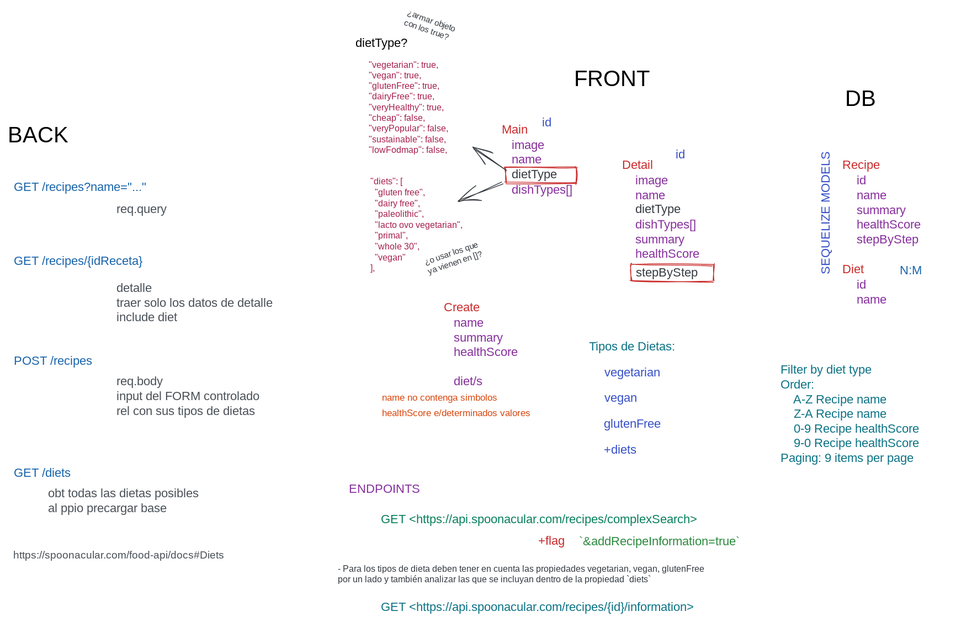
Earlier version of the Excalidraw export schema.excalidraw.svg (jdcm182/PI-Food-J). Source tidied: one line per element, renumbered; positions are measured from the earlier drawing's top-left corner, leaving out a move shared by most shapes.
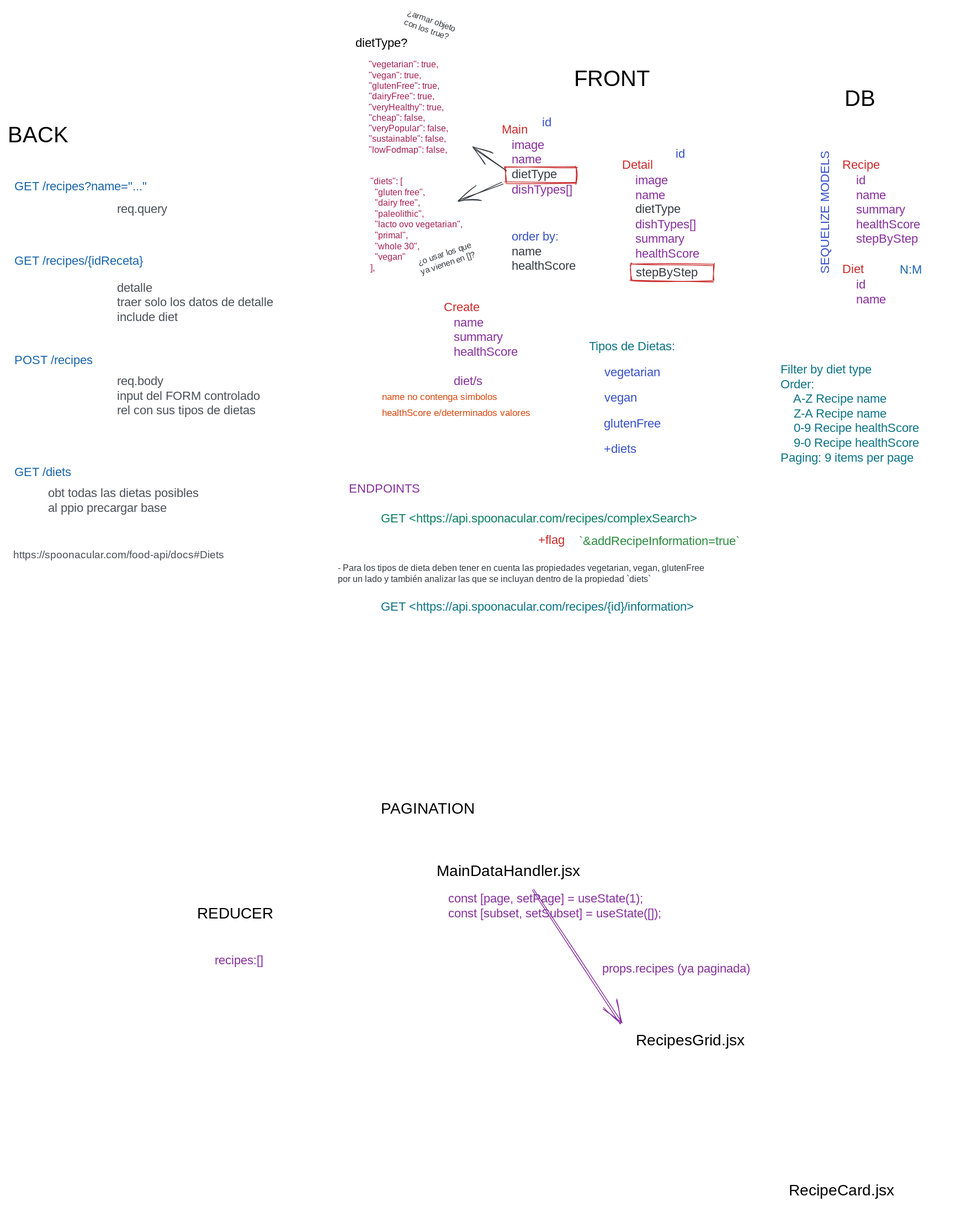
Later version of the same file.

The edit, as a diff of the source:
```diff
@@ -40,14 +40,26 @@
 {"id": 39, "type": "text", "text": "\"vegetarian\": true,\n\"vegan\": true,\n\"glutenFree\": true,\n\"dairyFree\": true,\n\"veryHealthy\": true,\n\"cheap\": false,\n\"veryPopular\": false,\n\"sustainable\": false,\n\"lowFodmap\": false,", "strokeColor": "#a61e4d", "strokeWidth": 1, "roughness": 1, "fontSize": 11.6, "fontFamily": 3, "x": 467, "y": 54, "width": 143, "height": 124}
 {"id": 40, "type": "text", "text": "\"diets\": [\n  \"gluten free\",\n  \"dairy free\",\n  \"paleolithic\",\n  \"lacto ovo vegetarian\",\n  \"primal\",\n  \"whole 30\",\n  \"vegan\"\n],", "strokeColor": "#a61e4d", "strokeWidth": 1, "roughness": 1, "fontSize": 11.6, "fontFamily": 3, "x": 469, "y": 205, "width": 170, "height": 126}
 {"id": 41, "type": "text", "text": "dietType?", "strokeColor": "#000000", "strokeWidth": 1, "roughness": 1, "fontSize": 16, "fontFamily": 3, "x": 450, "y": 23, "width": 85, "height": 19}
-{"id": 42, "type": "text", "text": "dietType", "strokeColor": "#343a40", "strokeWidth": 1, "roughness": 1, "fontSize": 16, "fontFamily": 3, "x": 652, "y": 193, "width": 76, "height": 19}
+{"id": 53, "type": "text", "text": "dietType", "strokeColor": "#343a40", "strokeWidth": 1, "roughness": 1, "fontSize": 16, "fontFamily": 3, "x": 652, "y": 193, "width": 76, "height": 19}
 {"id": 43, "type": "text", "text": "stepByStep", "strokeColor": "#343a40", "strokeWidth": 1, "roughness": 1, "fontSize": 16, "fontFamily": 3, "x": 813, "y": 320, "width": 95, "height": 19}
 {"id": 44, "type": "rectangle", "strokeColor": "#c92a2a", "strokeWidth": 1, "roughness": 1, "x": 806, "y": 319, "width": 107, "height": 22}
 {"id": 45, "type": "text", "text": "dietType", "strokeColor": "#343a40", "strokeWidth": 1, "roughness": 1, "fontSize": 16, "fontFamily": 3, "x": 812, "y": 238, "width": 76, "height": 19}
-{"id": 46, "type": "arrow", "strokeColor": "#343a40", "strokeWidth": 1, "roughness": 1, "endArrowhead": "arrow", "from": 42, "x": 640, "y": 213, "width": 56, "height": 24, "points": [[0, 0], [-56, 24]]}
+{"id": 46, "type": "arrow", "strokeColor": "#343a40", "strokeWidth": 1, "roughness": 1, "endArrowhead": "arrow", "from": 53, "x": 640, "y": 214, "width": 56, "height": 23, "points": [[0, 0], [-56, 23]]}
-{"id": 47, "type": "arrow", "strokeColor": "#343a40", "strokeWidth": 1, "roughness": 1, "endArrowhead": "arrow", "from": 42, "x": 645, "y": 197, "width": 43, "height": 28, "points": [[0, 0], [-43, -28]]}
+{"id": 47, "type": "arrow", "strokeColor": "#343a40", "strokeWidth": 1, "roughness": 1, "endArrowhead": "arrow", "from": 53, "x": 645, "y": 198, "width": 43, "height": 29, "points": [[0, 0], [-43, -29]]}
 {"id": 48, "type": "text", "text": "¿armar objeto\ncon los true?", "strokeColor": "#343a40", "angle": 0.34, "strokeWidth": 1, "roughness": 1, "fontSize": 10.81, "fontFamily": 3, "x": 513, "y": 0, "width": 83, "height": 26}
-{"id": 49, "type": "text", "text": "¿o usar los que\nya vienen en []?", "strokeColor": "#343a40", "angle": 5.96, "strokeWidth": 1, "roughness": 1, "fontSize": 10.81, "fontFamily": 3, "x": 539, "y": 293, "width": 102, "height": 26}
+{"id": 49, "type": "text", "text": "¿o usar los que\nya vienen en []?", "strokeColor": "#343a40", "angle": 5.96, "strokeWidth": 1, "roughness": 1, "fontSize": 10.81, "fontFamily": 3, "x": 530, "y": 294, "width": 102, "height": 26}
 {"id": 50, "type": "text", "text": "id", "strokeColor": "#364fc7", "strokeWidth": 1, "roughness": 1, "fontSize": 16, "fontFamily": 3, "x": 864, "y": 167, "width": 20, "height": 19}
 {"id": 51, "type": "text", "text": "id", "strokeColor": "#364fc7", "strokeWidth": 1, "roughness": 1, "fontSize": 16, "fontFamily": 3, "x": 691, "y": 126, "width": 20, "height": 19}
 {"id": 52, "type": "text", "text": "SEQUELIZE MODELS", "strokeColor": "#364fc7", "angle": 4.71, "strokeWidth": 1, "roughness": 1, "fontSize": 16, "fontFamily": 3, "x": 982, "y": 247, "width": 151, "height": 19}
+{"id": 54, "type": "text", "text": "PAGINATION", "strokeColor": "#000000", "strokeWidth": 1, "roughness": 1, "fontSize": 20, "fontFamily": 3, "x": 482, "y": 1012, "width": 118, "height": 24}
+{"id": 55, "type": "text", "text": "MainDataHandler.jsx", "strokeColor": "#000000", "strokeWidth": 1, "roughness": 1, "fontSize": 20, "fontFamily": 3, "x": 554, "y": 1092, "width": 224, "height": 24}
+{"id": 56, "type": "text", "text": "RecipesGrid.jsx", "strokeColor": "#000000", "strokeWidth": 1, "roughness": 1, "fontSize": 20, "fontFamily": 3, "x": 812, "y": 1312, "width": 177, "height": 24}
+{"id": 57, "type": "text", "text": "RecipeCard.jsx", "strokeColor": "#000000", "strokeWidth": 1, "roughness": 1, "fontSize": 20, "fontFamily": 3, "x": 1010, "y": 1506, "width": 165, "height": 24}
+{"id": 58, "type": "text", "text": "props.recipes (ya paginada)", "strokeColor": "#862e9c", "strokeWidth": 1, "roughness": 1, "fontSize": 16, "fontFamily": 3, "x": 770, "y": 1222, "width": 254, "height": 19}
+{"id": 59, "type": "arrow", "strokeColor": "#862e9c", "strokeWidth": 1, "roughness": 1, "endArrowhead": "arrow", "from": 55, "x": 680, "y": 1130, "width": 114, "height": 173, "points": [[0, 0], [114, 173]]}
+{"id": 60, "type": "text", "text": "REDUCER", "strokeColor": "#000000", "strokeWidth": 1, "roughness": 1, "fontSize": 20, "fontFamily": 3, "x": 244, "y": 1148, "width": 83, "height": 24}
+{"id": 61, "type": "text", "text": "recipes:[]", "strokeColor": "#862e9c", "strokeWidth": 1, "roughness": 1, "fontSize": 16, "fontFamily": 3, "x": 268, "y": 1211, "width": 95, "height": 19}
+{"id": 62, "type": "text", "text": "const [page, setPage] = useState(1);\nconst [subset, setSubset] = useState([]);", "strokeColor": "#862e9c", "strokeWidth": 1, "roughness": 1, "fontSize": 16, "fontFamily": 3, "x": 570, "y": 1131, "width": 385, "height": 38}
+{"id": 63, "type": "text", "text": "healthScore", "strokeColor": "#343a40", "strokeWidth": 1, "roughness": 1, "fontSize": 16, "fontFamily": 3, "x": 652, "y": 312, "width": 104, "height": 19}
+{"id": 42, "type": "text", "text": "order by:", "strokeColor": "#364fc7", "strokeWidth": 1, "roughness": 1, "fontSize": 16, "fontFamily": 3, "x": 652, "y": 274, "width": 85, "height": 19}
+{"id": 64, "type": "text", "text": "name", "strokeColor": "#343a40", "strokeWidth": 1, "roughness": 1, "fontSize": 16, "fontFamily": 3, "x": 652, "y": 293, "width": 39, "height": 19}
```
